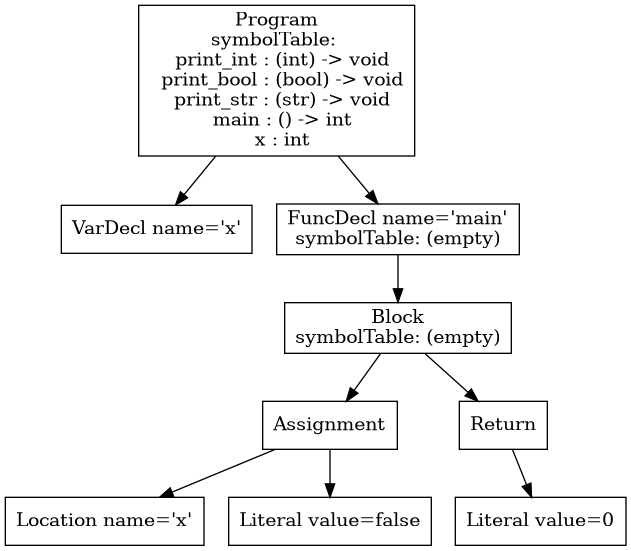
The Graphviz diagram p3-analysis/tree.png in atrim11/CS432, before a commit. Its source is kept beside it as p3-analysis/tree.dot.
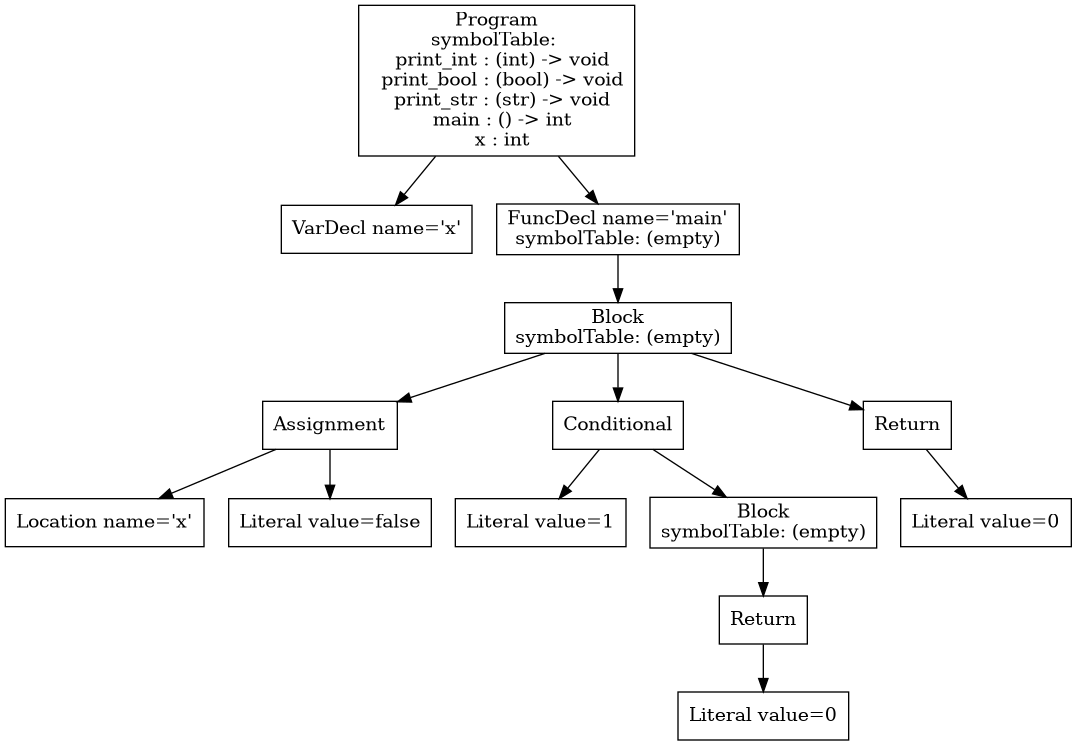
The same diagram one commit later.

The edit, as a diff of the source:
```diff
@@ -5,12 +5,22 @@
 4 [shape=box, label="Assignment"];
 4 -> 5;
 4 -> 6;
-8 [shape=box, label="Literal value=0"];
-7 [shape=box, label="Return"];
+8 [shape=box, label="Literal value=1"];
+11 [shape=box, label="Literal value=0"];
+10 [shape=box, label="Return"];
+10 -> 11;
+9 [shape=box, label="Block\nsymbolTable: (empty)"];
+9 -> 10;
+7 [shape=box, label="Conditional"];
 7 -> 8;
+7 -> 9;
+13 [shape=box, label="Literal value=0"];
+12 [shape=box, label="Return"];
+12 -> 13;
 3 [shape=box, label="Block\nsymbolTable: (empty)"];
 3 -> 4;
 3 -> 7;
+3 -> 12;
 2 [shape=box, label="FuncDecl name='main'\nsymbolTable: (empty)"];
 2 -> 3;
 0 [shape=box, label="Program\nsymbolTable: \n  print_int : (int) -> void\n  print_bool : (bool) -> void\n  print_str : (str) -> void\n  main : () -> int\n  x : int"];
```
